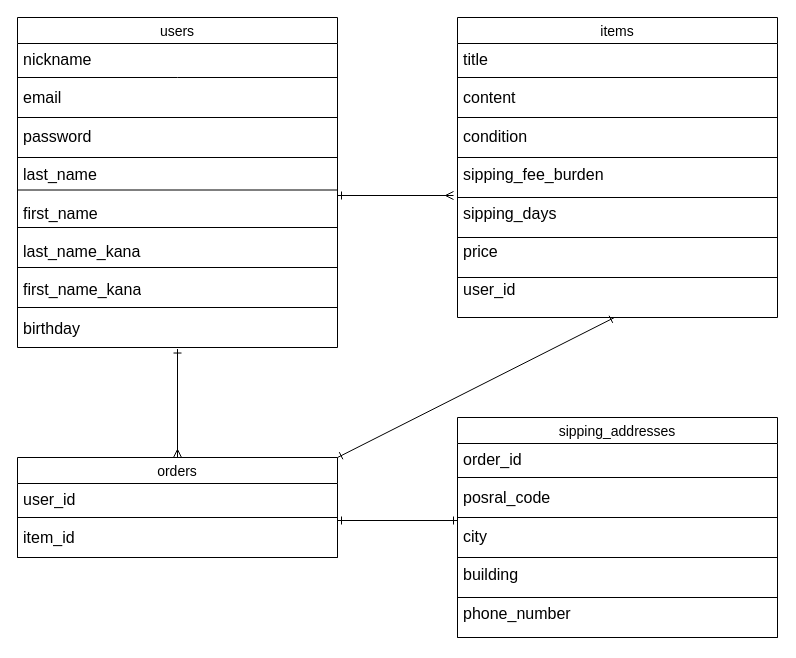
The draw.io diagram furima-42274.dio in onomusya/furima-42274, before the edit. Source tidied: cells renumbered, new cells numbered last; positions are measured from the earlier drawing's top-left corner, leaving out a move shared by most shapes. Both pictures are drawn from the tidied source at 100%, with x=0, y=0 at pixel (17, 17).
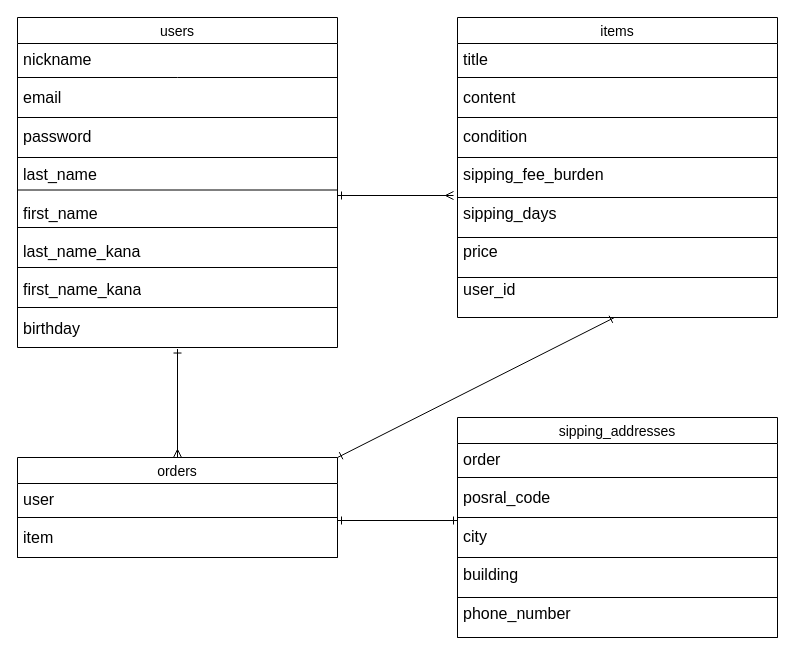
After the change.

Commit message (it also covers changes not shown here):
データベース設計の修正

Unchanged cells that the change refers to:
```xml
<mxCell id="21" value="orders" style="swimlane;fontStyle=0;horizontal=1;startSize=26;align=center;fontSize=14;" parent="1" vertex="1">
  <mxGeometry y="440" width="320" height="100" as="geometry" />
</mxCell>
<mxCell id="26" value="sipping_addresses" style="swimlane;fontStyle=0;horizontal=1;startSize=26;align=center;fontSize=14;" parent="1" vertex="1">
  <mxGeometry x="440" y="400" width="320" height="220" as="geometry" />
</mxCell>
```

Diff of the diagram source:
```diff
@@
-    <mxCell id="24" value="&lt;font style=&quot;font-size: 16px;&quot;&gt;user_id&lt;/font&gt;&lt;div&gt;&lt;font style=&quot;font-size: 16px;&quot;&gt;&lt;br&gt;&lt;/font&gt;&lt;/div&gt;&lt;div&gt;&lt;font style=&quot;font-size: 16px;&quot;&gt;item_id&lt;/font&gt;&lt;/div&gt;&lt;div&gt;&lt;br&gt;&lt;/div&gt;&lt;div&gt;&lt;font style=&quot;font-size: 16px;&quot;&gt;&lt;br&gt;&lt;/font&gt;&lt;/div&gt;" style="text;strokeColor=none;fillColor=none;spacingLeft=4;spacingRight=4;overflow=hidden;points=[[0,0.5],[1,0.5]];portConstraint=eastwest;fontSize=12;whiteSpace=wrap;html=1;" parent="21" vertex="1">
+    <mxCell id="24" value="&lt;font style=&quot;font-size: 16px;&quot;&gt;user&lt;/font&gt;&lt;div&gt;&lt;font style=&quot;font-size: 16px;&quot;&gt;&lt;br&gt;&lt;/font&gt;&lt;/div&gt;&lt;div&gt;&lt;font style=&quot;font-size: 16px;&quot;&gt;item&lt;/font&gt;&lt;/div&gt;&lt;div&gt;&lt;br&gt;&lt;/div&gt;&lt;div&gt;&lt;font style=&quot;font-size: 16px;&quot;&gt;&lt;br&gt;&lt;/font&gt;&lt;/div&gt;" style="text;strokeColor=none;fillColor=none;spacingLeft=4;spacingRight=4;overflow=hidden;points=[[0,0.5],[1,0.5]];portConstraint=eastwest;fontSize=12;whiteSpace=wrap;html=1;" parent="21" vertex="1">
       <mxGeometry y="26" width="320" height="74" as="geometry" />
     </mxCell>
@@
-    <mxCell id="30" value="&lt;font style=&quot;font-size: 16px;&quot;&gt;order_id&lt;/font&gt;&lt;div&gt;&lt;font style=&quot;font-size: 16px;&quot;&gt;&lt;br&gt;&lt;/font&gt;&lt;/div&gt;&lt;div&gt;&lt;font style=&quot;font-size: 16px;&quot;&gt;posral_code&lt;/font&gt;&lt;/div&gt;&lt;div&gt;&lt;font style=&quot;font-size: 16px;&quot;&gt;&lt;br&gt;&lt;/font&gt;&lt;/div&gt;&lt;div&gt;&lt;font style=&quot;font-size: 16px;&quot;&gt;city&lt;/font&gt;&lt;/div&gt;&lt;div&gt;&lt;font style=&quot;font-size: 16px;&quot;&gt;&lt;br&gt;&lt;/font&gt;&lt;/div&gt;&lt;div&gt;&lt;font style=&quot;font-size: 16px;&quot;&gt;building&lt;/font&gt;&lt;/div&gt;&lt;div&gt;&lt;font style=&quot;font-size: 16px;&quot;&gt;&lt;br&gt;&lt;/font&gt;&lt;/div&gt;&lt;div&gt;&lt;font style=&quot;font-size: 16px;&quot;&gt;phone_number&lt;/font&gt;&lt;/div&gt;&lt;div&gt;&lt;font style=&quot;font-size: 16px;&quot;&gt;&lt;br&gt;&lt;/font&gt;&lt;/div&gt;" style="text;strokeColor=none;fillColor=none;spacingLeft=4;spacingRight=4;overflow=hidden;points=[[0,0.5],[1,0.5]];portConstraint=eastwest;fontSize=12;whiteSpace=wrap;html=1;" parent="26" vertex="1">
+    <mxCell id="30" value="&lt;font style=&quot;font-size: 16px;&quot;&gt;order&lt;/font&gt;&lt;div&gt;&lt;font style=&quot;font-size: 16px;&quot;&gt;&lt;br&gt;&lt;/font&gt;&lt;/div&gt;&lt;div&gt;&lt;font style=&quot;font-size: 16px;&quot;&gt;posral_code&lt;/font&gt;&lt;/div&gt;&lt;div&gt;&lt;font style=&quot;font-size: 16px;&quot;&gt;&lt;br&gt;&lt;/font&gt;&lt;/div&gt;&lt;div&gt;&lt;font style=&quot;font-size: 16px;&quot;&gt;city&lt;/font&gt;&lt;/div&gt;&lt;div&gt;&lt;font style=&quot;font-size: 16px;&quot;&gt;&lt;br&gt;&lt;/font&gt;&lt;/div&gt;&lt;div&gt;&lt;font style=&quot;font-size: 16px;&quot;&gt;building&lt;/font&gt;&lt;/div&gt;&lt;div&gt;&lt;font style=&quot;font-size: 16px;&quot;&gt;&lt;br&gt;&lt;/font&gt;&lt;/div&gt;&lt;div&gt;&lt;font style=&quot;font-size: 16px;&quot;&gt;phone_number&lt;/font&gt;&lt;/div&gt;&lt;div&gt;&lt;font style=&quot;font-size: 16px;&quot;&gt;&lt;br&gt;&lt;/font&gt;&lt;/div&gt;" style="text;strokeColor=none;fillColor=none;spacingLeft=4;spacingRight=4;overflow=hidden;points=[[0,0.5],[1,0.5]];portConstraint=eastwest;fontSize=12;whiteSpace=wrap;html=1;" parent="26" vertex="1">
       <mxGeometry y="26" width="320" height="194" as="geometry" />
     </mxCell>
```
